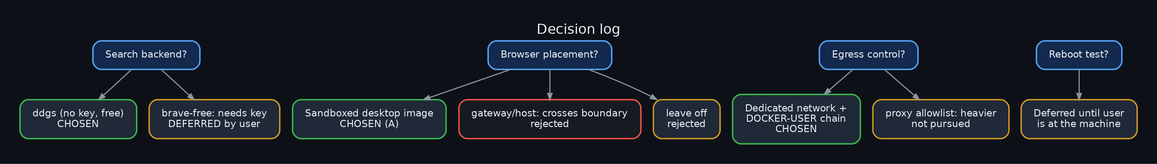
danindiana/hermes-web-search-ddgs keeps this Graphviz diagram as diagrams/46_decision_log.png. Above is the earlier version. Its source is kept beside it as diagrams/46_decision_log.dot. The source it was exported from:
```dot
digraph g {
graph [bgcolor="#0d1117", rankdir=LR, fontname="Helvetica", fontcolor="#e6edf3", labelloc="t", fontsize=20, pad=0.4];
node  [fontname="Helvetica", fontcolor="#e6edf3", color="#30363d", style="filled,rounded", shape=box, penwidth=2, margin="0.25,0.18", fillcolor="#161b22"];
edge  [color="#8b949e", fontname="Helvetica", fontcolor="#adbac7", penwidth=1.6, arrowsize=0.9];
label="Decision log";
rankdir=TB;
d1 [label="Search backend?", color="#58a6ff", fillcolor="#13294d"]; a1 [label="ddgs (no key, free)\nCHOSEN", color="#3fb950", fillcolor="#1f2937"]; a1b [label="brave-free: needs key\nDEFERRED by user", color="#d29922", fillcolor="#1f2937"];
d2 [label="Browser placement?", color="#58a6ff", fillcolor="#13294d"]; a2 [label="Sandboxed desktop image\nCHOSEN (A)", color="#3fb950", fillcolor="#1f2937"]; a2b [label="gateway/host: crosses boundary\nrejected", color="#f85149"]; a2c [label="leave off\nrejected", color="#d29922", fillcolor="#1f2937"];
d3 [label="Egress control?", color="#58a6ff", fillcolor="#13294d"]; a3 [label="Dedicated network +\nDOCKER-USER chain\nCHOSEN", color="#3fb950", fillcolor="#1f2937"]; a3b [label="proxy allowlist: heavier\nnot pursued", color="#d29922", fillcolor="#1f2937"];
d4 [label="Reboot test?", color="#58a6ff", fillcolor="#13294d"]; a4 [label="Deferred until user\nis at the machine", color="#d29922", fillcolor="#1f2937"];
d1->a1; d1->a1b; d2->a2; d2->a2b; d2->a2c; d3->a3; d3->a3b; d4->a4;
}
```
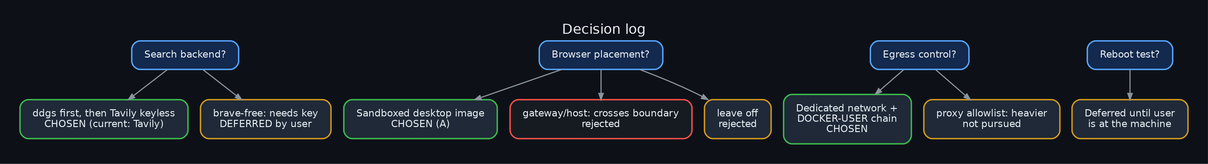
After the change.

The edit, as a diff of the source:
```diff
@@ -4,7 +4,7 @@
 edge  [color="#8b949e", fontname="Helvetica", fontcolor="#adbac7", penwidth=1.6, arrowsize=0.9];
 label="Decision log";
 rankdir=TB;
-d1 [label="Search backend?", color="#58a6ff", fillcolor="#13294d"]; a1 [label="ddgs (no key, free)\nCHOSEN", color="#3fb950", fillcolor="#1f2937"]; a1b [label="brave-free: needs key\nDEFERRED by user", color="#d29922", fillcolor="#1f2937"];
+d1 [label="Search backend?", color="#58a6ff", fillcolor="#13294d"]; a1 [label="ddgs first, then Tavily keyless\nCHOSEN (current: Tavily)", color="#3fb950", fillcolor="#1f2937"]; a1b [label="brave-free: needs key\nDEFERRED by user", color="#d29922", fillcolor="#1f2937"];
 d2 [label="Browser placement?", color="#58a6ff", fillcolor="#13294d"]; a2 [label="Sandboxed desktop image\nCHOSEN (A)", color="#3fb950", fillcolor="#1f2937"]; a2b [label="gateway/host: crosses boundary\nrejected", color="#f85149"]; a2c [label="leave off\nrejected", color="#d29922", fillcolor="#1f2937"];
 d3 [label="Egress control?", color="#58a6ff", fillcolor="#13294d"]; a3 [label="Dedicated network +\nDOCKER-USER chain\nCHOSEN", color="#3fb950", fillcolor="#1f2937"]; a3b [label="proxy allowlist: heavier\nnot pursued", color="#d29922", fillcolor="#1f2937"];
 d4 [label="Reboot test?", color="#58a6ff", fillcolor="#13294d"]; a4 [label="Deferred until user\nis at the machine", color="#d29922", fillcolor="#1f2937"];
```
